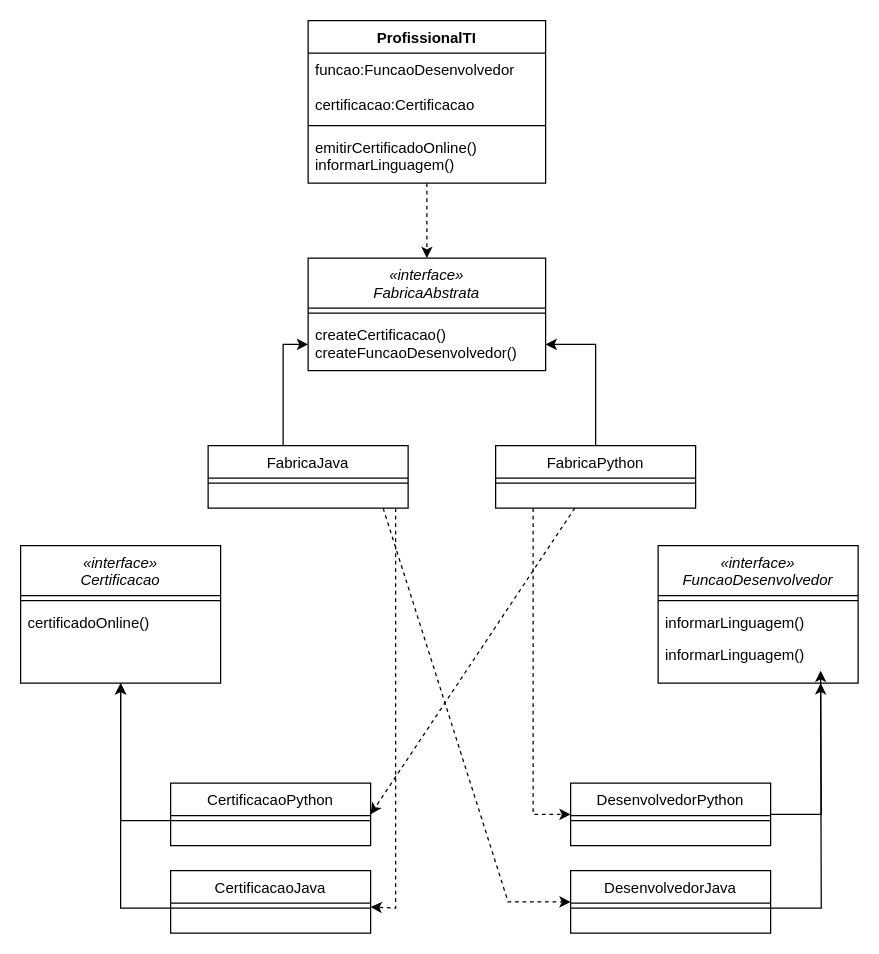
Above: Diagrama de classes.drawio in MarcusVsc1/PadraoAbstractFactory (draw.io), before the change. Source tidied: cells renumbered, new cells numbered last; positions are measured from the earlier drawing's top-left corner, leaving out a move shared by most shapes. Both pictures are drawn from the tidied source at 125%, with x=0, y=0 at pixel (20, 20).
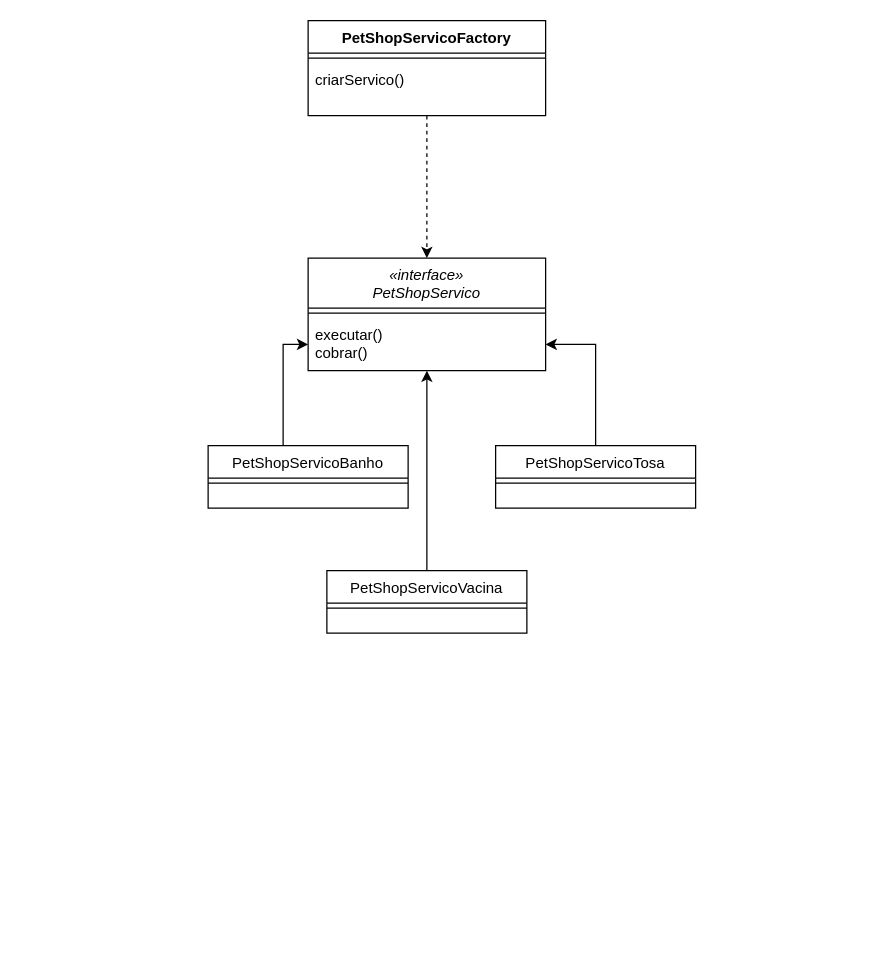
The same diagram, later.

Change to the diagram source:
```diff
@@
-    <mxCell id="2" value="«interface»&#10;Certificacao" style="swimlane;fontStyle=2;align=center;verticalAlign=top;horizontal=1;startSize=40;rounded=0;shadow=0;strokeWidth=1;" parent="1" vertex="1">
-      <mxGeometry y="420" width="160" height="110" as="geometry" />
-    </mxCell>
-    <mxCell id="3" style="line;html=1;strokeWidth=1;align=left;verticalAlign=middle;spacingTop=-1;spacingLeft=3;spacingRight=3;labelPosition=right;" parent="2" vertex="1">
-      <mxGeometry y="40" width="160" height="8" as="geometry" />
-    </mxCell>
-    <mxCell id="4" value="certificadoOnline()" style="text;align=left;verticalAlign=top;spacingLeft=4;spacingRight=4;overflow=hidden;" parent="2" vertex="1">
-      <mxGeometry y="48" width="160" height="26" as="geometry" />
-    </mxCell>
-    <mxCell id="5" style="edgeStyle=orthogonalEdgeStyle;rounded=0;jettySize=auto;html=1;entryX=0.5;entryY=1;entryDx=0;entryDy=0;" parent="1" edge="1" source="6" target="2">
-      <mxGeometry relative="1" as="geometry">
-        <Array as="points">
-          <mxPoint x="80" y="710" />
-        </Array>
-      </mxGeometry>
-    </mxCell>
-    <mxCell id="6" value="CertificacaoJava" style="swimlane;fontStyle=0;align=center;verticalAlign=top;horizontal=1;startSize=26;rounded=0;shadow=0;strokeWidth=1;" parent="1" vertex="1">
-      <mxGeometry x="120" y="680" width="160" height="50" as="geometry" />
-    </mxCell>
-    <mxCell id="7" style="line;html=1;strokeWidth=1;align=left;verticalAlign=middle;spacingTop=-1;spacingLeft=3;spacingRight=3;labelPosition=right;" parent="6" vertex="1">
-      <mxGeometry y="26" width="160" height="8" as="geometry" />
-    </mxCell>
-    <mxCell id="8" value="CertificacaoPython" style="swimlane;fontStyle=0;align=center;verticalAlign=top;horizontal=1;startSize=26;rounded=0;shadow=0;strokeWidth=1;" parent="1" vertex="1">
-      <mxGeometry x="120" y="610" width="160" height="50" as="geometry" />
-    </mxCell>
-    <mxCell id="9" style="line;html=1;strokeWidth=1;align=left;verticalAlign=middle;spacingTop=-1;spacingLeft=3;spacingRight=3;labelPosition=right;points=[];portConstraint=eastwest;" parent="8" vertex="1">
-      <mxGeometry y="26" width="160" height="8" as="geometry" />
-    </mxCell>
-    <mxCell id="10" value="«interface»&#10;FuncaoDesenvolvedor" style="swimlane;fontStyle=2;align=center;verticalAlign=top;horizontal=1;startSize=40;rounded=0;shadow=0;strokeWidth=1;" parent="1" vertex="1">
-      <mxGeometry x="510" y="420" width="160" height="110" as="geometry" />
-    </mxCell>
-    <mxCell id="11" style="line;html=1;strokeWidth=1;align=left;verticalAlign=middle;spacingTop=-1;spacingLeft=3;spacingRight=3;labelPosition=right;" parent="10" vertex="1">
-      <mxGeometry y="40" width="160" height="8" as="geometry" />
-    </mxCell>
-    <mxCell id="12" value="informarLinguagem()" style="text;align=left;verticalAlign=top;spacingLeft=4;spacingRight=4;overflow=hidden;" parent="10" vertex="1">
-      <mxGeometry y="48" width="160" height="26" as="geometry" />
-    </mxCell>
-    <mxCell id="13" value="informarLinguagem()" style="text;align=left;verticalAlign=top;spacingLeft=4;spacingRight=4;overflow=hidden;" parent="10" vertex="1">
-      <mxGeometry y="74" width="160" height="26" as="geometry" />
-    </mxCell>
-    <mxCell id="14" value="DesenvolvedorJava" style="swimlane;fontStyle=0;align=center;verticalAlign=top;horizontal=1;startSize=26;rounded=0;shadow=0;strokeWidth=1;" parent="1" vertex="1">
-      <mxGeometry x="440" y="680" width="160" height="50" as="geometry" />
-    </mxCell>
-    <mxCell id="15" style="line;html=1;strokeWidth=1;align=left;verticalAlign=middle;spacingTop=-1;spacingLeft=3;spacingRight=3;labelPosition=right;points=[];portConstraint=eastwest;" parent="14" vertex="1">
-      <mxGeometry y="26" width="160" height="8" as="geometry" />
-    </mxCell>
-    <mxCell id="16" value="ProfissionalTI" style="swimlane;fontStyle=1;align=center;verticalAlign=top;horizontal=1;startSize=26;" parent="1" vertex="1">
-      <mxGeometry x="230" width="190" height="130" as="geometry" />
+    <mxCell id="16" value="PetShopServicoFactory" style="swimlane;fontStyle=1;align=center;verticalAlign=top;horizontal=1;startSize=26;" parent="1" vertex="1">
+      <mxGeometry x="230" width="190" height="76" as="geometry" />
     </mxCell>
-    <mxCell id="17" value="funcao:FuncaoDesenvolvedor&#10;&#10;certificacao:Certificacao" style="text;strokeColor=none;fillColor=none;align=left;verticalAlign=top;spacingLeft=4;spacingRight=4;overflow=hidden;" parent="16" vertex="1">
-      <mxGeometry y="26" width="190" height="54" as="geometry" />
-    </mxCell>
     <mxCell id="18" style="line;strokeWidth=1;fillColor=none;align=left;verticalAlign=middle;spacingTop=-1;spacingLeft=3;spacingRight=3;labelPosition=right;strokeColor=inherit;" parent="16" vertex="1">
-      <mxGeometry y="80" width="190" height="8" as="geometry" />
+      <mxGeometry y="26" width="190" height="8" as="geometry" />
     </mxCell>
-    <mxCell id="19" value="emitirCertificadoOnline()&#10;informarLinguagem()" style="text;strokeColor=none;fillColor=none;align=left;verticalAlign=top;spacingLeft=4;spacingRight=4;overflow=hidden;points=[[0,0.5],[1,0.5]];portConstraint=eastwest;" parent="16" vertex="1">
-      <mxGeometry y="88" width="190" height="42" as="geometry" />
+    <mxCell id="19" value="criarServico()" style="text;strokeColor=none;fillColor=none;align=left;verticalAlign=top;spacingLeft=4;spacingRight=4;overflow=hidden;points=[[0,0.5],[1,0.5]];portConstraint=eastwest;" parent="16" vertex="1">
+      <mxGeometry y="34" width="190" height="42" as="geometry" />
     </mxCell>
-    <mxCell id="20" style="edgeStyle=orthogonalEdgeStyle;rounded=0;jettySize=auto;html=1;" parent="1" edge="1" source="21">
-      <mxGeometry relative="1" as="geometry">
-        <mxPoint x="640" y="520" as="targetPoint" />
-      </mxGeometry>
-    </mxCell>
-    <mxCell id="21" value="DesenvolvedorPython" style="swimlane;fontStyle=0;align=center;verticalAlign=top;horizontal=1;startSize=26;rounded=0;shadow=0;strokeWidth=1;" parent="1" vertex="1">
-      <mxGeometry x="440" y="610" width="160" height="50" as="geometry" />
-    </mxCell>
-    <mxCell id="22" style="line;html=1;strokeWidth=1;align=left;verticalAlign=middle;spacingTop=-1;spacingLeft=3;spacingRight=3;labelPosition=right;" parent="21" vertex="1">
-      <mxGeometry y="26" width="160" height="8" as="geometry" />
-    </mxCell>
-    <mxCell id="23" style="edgeStyle=orthogonalEdgeStyle;rounded=0;jettySize=auto;html=1;" parent="1" edge="1" source="15">
-      <mxGeometry relative="1" as="geometry">
-        <mxPoint x="640" y="530" as="targetPoint" />
-      </mxGeometry>
-    </mxCell>
-    <mxCell id="24" style="edgeStyle=orthogonalEdgeStyle;rounded=0;jettySize=auto;html=1;entryX=0.5;entryY=1;entryDx=0;entryDy=0;" parent="1" edge="1" source="9" target="2">
-      <mxGeometry relative="1" as="geometry" />
-    </mxCell>
-    <mxCell id="25" value="«interface»&#10;FabricaAbstrata" style="swimlane;fontStyle=2;align=center;verticalAlign=top;horizontal=1;startSize=40;rounded=0;shadow=0;strokeWidth=1;" parent="1" vertex="1">
+    <mxCell id="25" value="«interface»&#10;PetShopServico" style="swimlane;fontStyle=2;align=center;verticalAlign=top;horizontal=1;startSize=40;rounded=0;shadow=0;strokeWidth=1;" parent="1" vertex="1">
       <mxGeometry x="230" y="190" width="190" height="90" as="geometry" />
     </mxCell>
@@
-    <mxCell id="27" value="createCertificacao()&#10;createFuncaoDesenvolvedor()" style="text;align=left;verticalAlign=top;spacingLeft=4;spacingRight=4;overflow=hidden;points=[[0,0.5],[1,0.5]];portConstraint=eastwest;" parent="25" vertex="1">
+    <mxCell id="27" value="executar()&#10;cobrar()" style="text;align=left;verticalAlign=top;spacingLeft=4;spacingRight=4;overflow=hidden;points=[[0,0.5],[1,0.5]];portConstraint=eastwest;" parent="25" vertex="1">
       <mxGeometry y="48" width="190" height="42" as="geometry" />
     </mxCell>
@@
-    <mxCell id="29" value="FabricaJava" style="swimlane;fontStyle=0;align=center;verticalAlign=top;horizontal=1;startSize=26;rounded=0;shadow=0;strokeWidth=1;" parent="1" vertex="1">
+    <mxCell id="29" value="PetShopServicoBanho" style="swimlane;fontStyle=0;align=center;verticalAlign=top;horizontal=1;startSize=26;rounded=0;shadow=0;strokeWidth=1;" parent="1" vertex="1">
       <mxGeometry x="150" y="340" width="160" height="50" as="geometry" />
     </mxCell>
@@
-    <mxCell id="32" value="FabricaPython" style="swimlane;fontStyle=0;align=center;verticalAlign=top;horizontal=1;startSize=26;rounded=0;shadow=0;strokeWidth=1;" parent="1" vertex="1">
+    <mxCell id="32" value="PetShopServicoTosa" style="swimlane;fontStyle=0;align=center;verticalAlign=top;horizontal=1;startSize=26;rounded=0;shadow=0;strokeWidth=1;" parent="1" vertex="1">
       <mxGeometry x="380" y="340" width="160" height="50" as="geometry" />
     </mxCell>
@@
-    <mxCell id="34" style="html=1;labelBackgroundColor=#ffffff;startArrow=none;startFill=0;startSize=6;endArrow=classic;endFill=1;endSize=6;jettySize=auto;strokeWidth=1;dashed=1;fontSize=14;rounded=0;" parent="1" edge="1" target="6">
-      <mxGeometry relative="1" as="geometry">
-        <mxPoint x="300" y="390" as="sourcePoint" />
-        <Array as="points">
-          <mxPoint x="300" y="710" />
-        </Array>
-      </mxGeometry>
-    </mxCell>
@@
-    <mxCell id="36" style="html=1;labelBackgroundColor=#ffffff;startArrow=none;startFill=0;startSize=6;endArrow=classic;endFill=1;endSize=6;jettySize=auto;strokeWidth=1;dashed=1;fontSize=14;rounded=0;" parent="1" edge="1" target="14">
-      <mxGeometry relative="1" as="geometry">
-        <mxPoint x="290" y="390" as="sourcePoint" />
-        <Array as="points">
-          <mxPoint x="390" y="705" />
-        </Array>
-      </mxGeometry>
-    </mxCell>
-    <mxCell id="37" style="html=1;labelBackgroundColor=#ffffff;startArrow=none;startFill=0;startSize=6;endArrow=classic;endFill=1;endSize=6;jettySize=auto;strokeWidth=1;dashed=1;fontSize=14;rounded=0;entryX=1;entryY=0.5;entryDx=0;entryDy=0;" parent="1" edge="1" source="32" target="8">
-      <mxGeometry relative="1" as="geometry" />
-    </mxCell>
-    <mxCell id="38" style="html=1;labelBackgroundColor=#ffffff;startArrow=none;startFill=0;startSize=6;endArrow=classic;endFill=1;endSize=6;jettySize=auto;strokeWidth=1;dashed=1;fontSize=14;rounded=0;entryX=0;entryY=0.5;entryDx=0;entryDy=0;" parent="1" edge="1" target="21">
-      <mxGeometry relative="1" as="geometry">
-        <mxPoint x="410" y="390" as="sourcePoint" />
-        <Array as="points">
-          <mxPoint x="410" y="635" />
-        </Array>
-      </mxGeometry>
-    </mxCell>
+    <mxCell id="39" style="edgeStyle=orthogonalEdgeStyle;rounded=0;jettySize=auto;html=1;" parent="1" edge="1" source="40" target="27">
+      <mxGeometry relative="1" as="geometry">
+        <Array as="points">
+          <mxPoint x="325" y="300" />
+          <mxPoint x="325" y="300" />
+        </Array>
+      </mxGeometry>
+    </mxCell>
+    <mxCell id="40" value="PetShopServicoVacina" style="swimlane;fontStyle=0;align=center;verticalAlign=top;horizontal=1;startSize=26;rounded=0;shadow=0;strokeWidth=1;" parent="1" vertex="1">
+      <mxGeometry x="245" y="440" width="160" height="50" as="geometry" />
+    </mxCell>
+    <mxCell id="41" style="line;html=1;strokeWidth=1;align=left;verticalAlign=middle;spacingTop=-1;spacingLeft=3;spacingRight=3;labelPosition=right;" parent="40" vertex="1">
+      <mxGeometry y="26" width="160" height="8" as="geometry" />
+    </mxCell>
```
